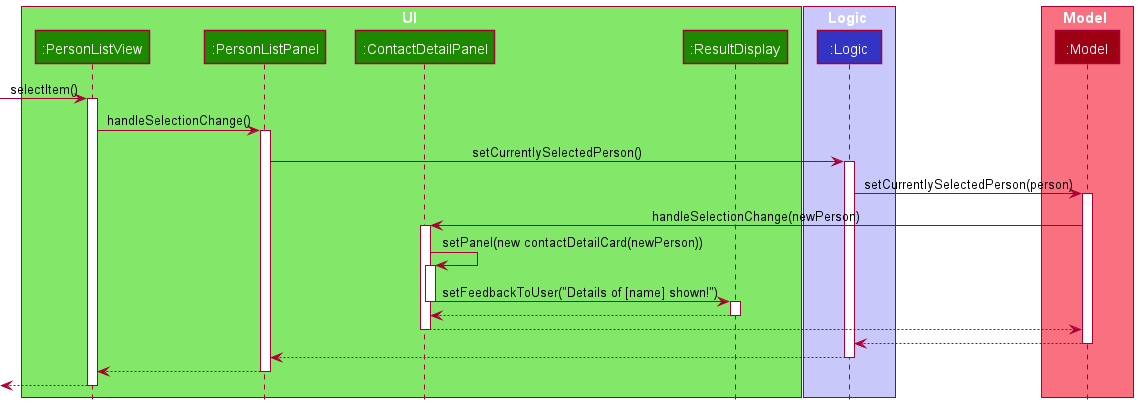
Before: docs/images/ContactListSelectionChangeDiagram.png, a diagram exported from PlantUML (zihaowrez/tp).
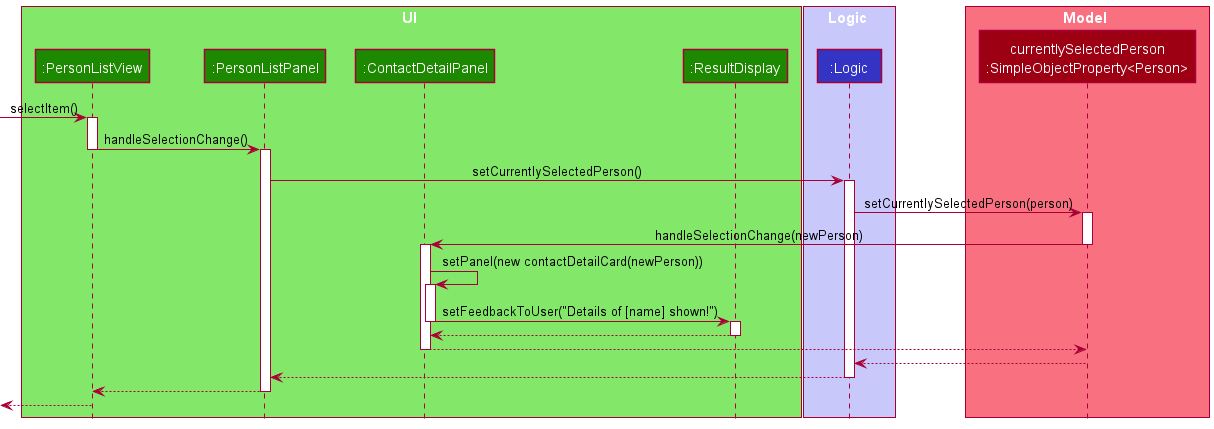
After the change.

Commit message:
Amend sequence diagram

The edit, as a diff of the source:
```diff
@@ -13,22 +13,24 @@
 end box
 
 box Model MODEL_COLOR_T1
-participant ":Model" as Model MODEL_COLOR
+participant "currentlySelectedPerson\n:SimpleObjectProperty<Person>" as currentlySelectedPerson MODEL_COLOR
 end box
 
 [-> PersonListView : selectItem()
 activate PersonListView
 
 PersonListView -> PersonListPanel : handleSelectionChange()
+deactivate PersonListView
 activate PersonListPanel
 
 PersonListPanel -> Logic : setCurrentlySelectedPerson()
 activate Logic
 
-Logic -> Model : setCurrentlySelectedPerson(person)
-activate Model
+Logic -> currentlySelectedPerson : setCurrentlySelectedPerson(person)
+activate currentlySelectedPerson
 
-Model -> ContactDetailPanel : handleSelectionChange(newPerson)
+currentlySelectedPerson -> ContactDetailPanel : handleSelectionChange(newPerson)
+deactivate currentlySelectedPerson
 activate ContactDetailPanel
 
 ContactDetailPanel -> ContactDetailPanel : setPanel(new contactDetailCard(newPerson))
@@ -41,11 +43,10 @@
 ResultDisplay --> ContactDetailPanel
 deactivate ResultDisplay
 
-ContactDetailPanel --> Model
+ContactDetailPanel --> currentlySelectedPerson
 deactivate ContactDetailPanel
 
-Model --> Logic
-deactivate Model
+currentlySelectedPerson --> Logic
 
 Logic --> PersonListPanel
 deactivate Logic
```
